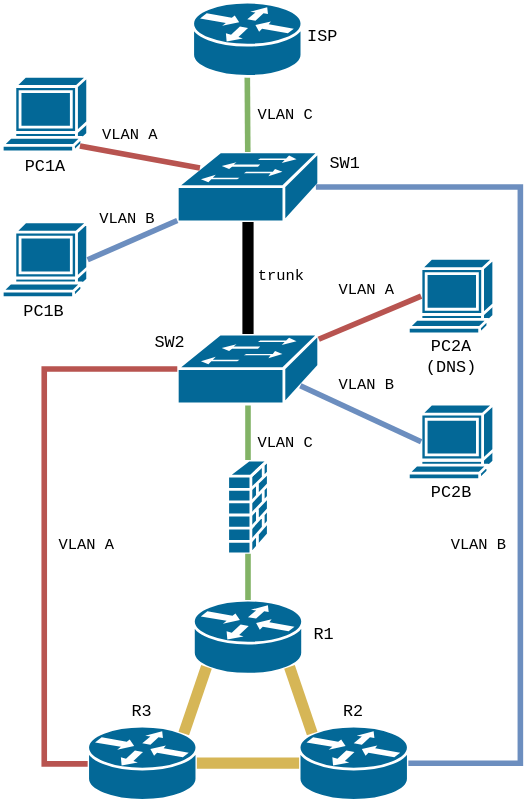
This is pos_project.drawio.svg from phatt-23/POS-project, a draw.io export, as it was before one commit. Source tidied: cells renumbered, new cells last; positions are measured from the earlier drawing's top-left corner, leaving out a move shared by most shapes.
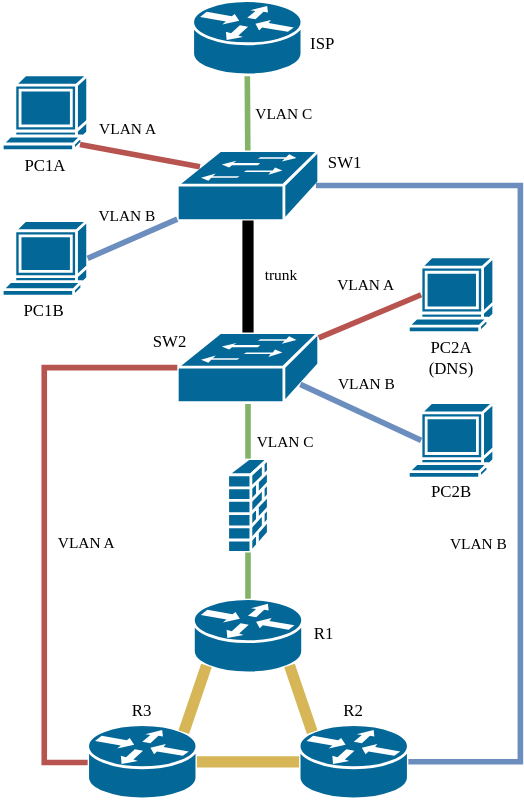
After the change.

What changed in the source:
```diff
@@ -2,92 +2,87 @@
   <root>
     <mxCell id="0" />
     <mxCell id="1" parent="0" />
-    <mxCell id="2" style="shape=mxgraph.cisco.switches.workgroup_switch;sketch=0;html=1;dashed=0;fillColor=#036897;strokeColor=#ffffff;strokeWidth=2;verticalLabelPosition=bottom;verticalAlign=top;align=center;outlineConnect=0;" parent="1" vertex="1">
+    <mxCell id="2" style="shape=mxgraph.cisco.switches.workgroup_switch;sketch=0;html=1;dashed=0;fillColor=#036897;strokeColor=#ffffff;strokeWidth=2;verticalLabelPosition=bottom;verticalAlign=top;align=center;outlineConnect=0;fontFamily=Iosevka NF;" parent="1" vertex="1">
       <mxGeometry x="125" y="107" width="101" height="50" as="geometry" />
     </mxCell>
-    <mxCell id="3" style="shape=mxgraph.cisco.routers.router;sketch=0;html=1;dashed=0;fillColor=#036897;strokeColor=#ffffff;strokeWidth=2;verticalLabelPosition=bottom;verticalAlign=top;align=center;outlineConnect=0;" parent="1" vertex="1">
+    <mxCell id="3" style="shape=mxgraph.cisco.routers.router;sketch=0;html=1;dashed=0;fillColor=#036897;strokeColor=#ffffff;strokeWidth=2;verticalLabelPosition=bottom;verticalAlign=top;align=center;outlineConnect=0;fontFamily=Iosevka NF;" parent="1" vertex="1">
       <mxGeometry x="136.5" y="427" width="78" height="53" as="geometry" />
     </mxCell>
-    <mxCell id="4" style="shape=mxgraph.cisco.security.firewall;sketch=0;html=1;dashed=0;fillColor=#036897;strokeColor=#ffffff;strokeWidth=2;verticalLabelPosition=bottom;verticalAlign=top;align=center;outlineConnect=0;" parent="1" vertex="1">
+    <mxCell id="4" style="shape=mxgraph.cisco.security.firewall;sketch=0;html=1;dashed=0;fillColor=#036897;strokeColor=#ffffff;strokeWidth=2;verticalLabelPosition=bottom;verticalAlign=top;align=center;outlineConnect=0;fontFamily=Iosevka NF;" parent="1" vertex="1">
       <mxGeometry x="161" y="327" width="29" height="67" as="geometry" />
     </mxCell>
-    <mxCell id="5" style="shape=mxgraph.cisco.computers_and_peripherals.terminal;sketch=0;html=1;dashed=0;fillColor=#036897;strokeColor=#ffffff;strokeWidth=2;verticalLabelPosition=bottom;verticalAlign=top;align=center;outlineConnect=0;" parent="1" vertex="1">
+    <mxCell id="5" style="shape=mxgraph.cisco.computers_and_peripherals.terminal;sketch=0;html=1;dashed=0;fillColor=#036897;strokeColor=#ffffff;strokeWidth=2;verticalLabelPosition=bottom;verticalAlign=top;align=center;outlineConnect=0;fontFamily=Iosevka NF;" parent="1" vertex="1">
       <mxGeometry y="157" width="61" height="54" as="geometry" />
     </mxCell>
-    <mxCell id="6" style="edgeStyle=orthogonalEdgeStyle;rounded=0;jettySize=auto;html=1;endArrow=none;endFill=0;fillColor=#d5e8d4;strokeColor=#82b366;strokeWidth=4;" parent="1" edge="1" source="8" target="4">
+    <mxCell id="6" style="edgeStyle=orthogonalEdgeStyle;rounded=0;jettySize=auto;html=1;endArrow=none;endFill=0;fillColor=#d5e8d4;strokeColor=#82b366;strokeWidth=4;fontFamily=Iosevka NF;" parent="1" edge="1" source="8" target="4">
       <mxGeometry relative="1" as="geometry" />
     </mxCell>
-    <mxCell id="7" value="&lt;pre&gt;VLAN C&lt;/pre&gt;" style="edgeLabel;html=1;align=center;verticalAlign=middle;labelBackgroundColor=none;" parent="6" vertex="1">
+    <mxCell id="7" value="&lt;div&gt;VLAN C&lt;/div&gt;" style="edgeLabel;html=1;align=center;verticalAlign=middle;labelBackgroundColor=none;fontFamily=Iosevka NF;" parent="6" vertex="1">
       <mxGeometry x="0.25" relative="1" as="geometry">
         <mxPoint x="26" y="3" as="offset" />
       </mxGeometry>
     </mxCell>
-    <mxCell id="8" style="shape=mxgraph.cisco.switches.workgroup_switch;sketch=0;html=1;dashed=0;fillColor=#036897;strokeColor=#ffffff;strokeWidth=2;verticalLabelPosition=bottom;verticalAlign=top;align=center;outlineConnect=0;" parent="1" vertex="1">
+    <mxCell id="8" style="shape=mxgraph.cisco.switches.workgroup_switch;sketch=0;html=1;dashed=0;fillColor=#036897;strokeColor=#ffffff;strokeWidth=2;verticalLabelPosition=bottom;verticalAlign=top;align=center;outlineConnect=0;fontFamily=Iosevka NF;" parent="1" vertex="1">
       <mxGeometry x="125" y="237" width="101" height="50" as="geometry" />
     </mxCell>
-    <mxCell id="9" style="shape=mxgraph.cisco.routers.router;sketch=0;html=1;dashed=0;fillColor=#036897;strokeColor=#ffffff;strokeWidth=2;verticalLabelPosition=bottom;verticalAlign=top;align=center;outlineConnect=0;" parent="1" vertex="1">
+    <mxCell id="9" style="shape=mxgraph.cisco.routers.router;sketch=0;html=1;dashed=0;fillColor=#036897;strokeColor=#ffffff;strokeWidth=2;verticalLabelPosition=bottom;verticalAlign=top;align=center;outlineConnect=0;fontFamily=Iosevka NF;" parent="1" vertex="1">
       <mxGeometry x="212" y="517" width="78" height="53" as="geometry" />
     </mxCell>
-    <mxCell id="10" style="shape=mxgraph.cisco.routers.router;sketch=0;html=1;dashed=0;fillColor=#036897;strokeColor=#ffffff;strokeWidth=2;verticalLabelPosition=bottom;verticalAlign=top;align=center;outlineConnect=0;" parent="1" vertex="1">
+    <mxCell id="10" style="shape=mxgraph.cisco.routers.router;sketch=0;html=1;dashed=0;fillColor=#036897;strokeColor=#ffffff;strokeWidth=2;verticalLabelPosition=bottom;verticalAlign=top;align=center;outlineConnect=0;fontFamily=Iosevka NF;" parent="1" vertex="1">
       <mxGeometry x="61" y="517" width="78" height="53" as="geometry" />
     </mxCell>
-    <mxCell id="11" style="shape=mxgraph.cisco.computers_and_peripherals.terminal;sketch=0;html=1;dashed=0;fillColor=#036897;strokeColor=#ffffff;strokeWidth=2;verticalLabelPosition=bottom;verticalAlign=top;align=center;outlineConnect=0;" parent="1" vertex="1">
+    <mxCell id="11" style="shape=mxgraph.cisco.computers_and_peripherals.terminal;sketch=0;html=1;dashed=0;fillColor=#036897;strokeColor=#ffffff;strokeWidth=2;verticalLabelPosition=bottom;verticalAlign=top;align=center;outlineConnect=0;fontFamily=Iosevka NF;" parent="1" vertex="1">
       <mxGeometry x="290" y="183" width="61" height="54" as="geometry" />
     </mxCell>
-    <mxCell id="12" value="&lt;div&gt;&lt;br&gt;&lt;/div&gt;&lt;div&gt;&lt;br&gt;&lt;/div&gt;" style="shape=mxgraph.cisco.computers_and_peripherals.terminal;sketch=0;html=1;dashed=0;fillColor=#036897;strokeColor=#ffffff;strokeWidth=2;verticalLabelPosition=bottom;verticalAlign=top;align=center;outlineConnect=0;" parent="1" vertex="1">
+    <mxCell id="12" value="&lt;div&gt;&lt;br&gt;&lt;/div&gt;&lt;div&gt;&lt;br&gt;&lt;/div&gt;" style="shape=mxgraph.cisco.computers_and_peripherals.terminal;sketch=0;html=1;dashed=0;fillColor=#036897;strokeColor=#ffffff;strokeWidth=2;verticalLabelPosition=bottom;verticalAlign=top;align=center;outlineConnect=0;fontFamily=Iosevka NF;" parent="1" vertex="1">
       <mxGeometry x="290" y="287" width="61" height="54" as="geometry" />
     </mxCell>
-    <mxCell id="13" style="shape=mxgraph.cisco.computers_and_peripherals.terminal;sketch=0;html=1;dashed=0;fillColor=#036897;strokeColor=#ffffff;strokeWidth=2;verticalLabelPosition=bottom;verticalAlign=top;align=center;outlineConnect=0;" parent="1" vertex="1">
+    <mxCell id="13" style="shape=mxgraph.cisco.computers_and_peripherals.terminal;sketch=0;html=1;dashed=0;fillColor=#036897;strokeColor=#ffffff;strokeWidth=2;verticalLabelPosition=bottom;verticalAlign=top;align=center;outlineConnect=0;fontFamily=Iosevka NF;" parent="1" vertex="1">
       <mxGeometry y="53" width="61" height="54" as="geometry" />
     </mxCell>
-    <mxCell id="14" style="endArrow=none;html=1;rounded=0;fillColor=#d5e8d4;strokeColor=#82B366;strokeWidth=4;entryX=0.5;entryY=1;entryDx=0;entryDy=0;entryPerimeter=0;" parent="1" edge="1" source="2" target="32">
+    <mxCell id="14" style="endArrow=none;html=1;rounded=0;fillColor=#d5e8d4;strokeColor=#82B366;strokeWidth=4;entryX=0.5;entryY=1;entryDx=0;entryDy=0;entryPerimeter=0;fontFamily=Iosevka NF;" parent="1" edge="1" source="2" target="32">
       <mxGeometry relative="1" as="geometry" />
     </mxCell>
-    <mxCell id="15" value="&lt;pre&gt;VLAN C&lt;/pre&gt;" style="edgeLabel;html=1;align=center;verticalAlign=middle;labelBackgroundColor=none;" parent="14" vertex="1">
+    <mxCell id="15" value="&lt;div&gt;VLAN C&lt;/div&gt;" style="edgeLabel;html=1;align=center;verticalAlign=middle;labelBackgroundColor=none;fontFamily=Iosevka NF;" parent="14" vertex="1">
       <mxGeometry x="-0.06" y="1" relative="1" as="geometry">
         <mxPoint x="27" y="-1" as="offset" />
       </mxGeometry>
     </mxCell>
-    <mxCell id="16" style="endArrow=none;html=1;rounded=0;fillColor=#dae8fc;strokeColor=#6c8ebf;strokeWidth=4;entryX=0;entryY=0.98;entryDx=0;entryDy=0;entryPerimeter=0;exitX=1;exitY=0.5;exitDx=0;exitDy=0;exitPerimeter=0;" parent="1" edge="1" source="5" target="2">
+    <mxCell id="16" style="endArrow=none;html=1;rounded=0;fillColor=#dae8fc;strokeColor=#6c8ebf;strokeWidth=4;entryX=0;entryY=0.98;entryDx=0;entryDy=0;entryPerimeter=0;exitX=1;exitY=0.5;exitDx=0;exitDy=0;exitPerimeter=0;fontFamily=Iosevka NF;" parent="1" edge="1" source="5" target="2">
       <mxGeometry relative="1" as="geometry" />
     </mxCell>
-    <mxCell id="17" value="&lt;pre&gt;VLAN B&lt;/pre&gt;" style="edgeLabel;html=1;align=center;verticalAlign=middle;labelBackgroundColor=none;" parent="16" vertex="1">
+    <mxCell id="17" value="&lt;div&gt;VLAN B&lt;/div&gt;" style="edgeLabel;html=1;align=center;verticalAlign=middle;labelBackgroundColor=none;fontFamily=Iosevka NF;" parent="16" vertex="1">
       <mxGeometry x="-0.09" y="-2" relative="1" as="geometry">
         <mxPoint x="-2" y="-19" as="offset" />
       </mxGeometry>
     </mxCell>
-    <mxCell id="18" style="endArrow=none;html=1;rounded=0;strokeWidth=4;fillColor=#f8cecc;strokeColor=#b85450;exitX=0.16;exitY=0.23;exitDx=0;exitDy=0;exitPerimeter=0;entryX=0.91;entryY=0.92;entryDx=0;entryDy=0;entryPerimeter=0;" parent="1" edge="1" source="2" target="13">
+    <mxCell id="18" style="endArrow=none;html=1;rounded=0;strokeWidth=4;fillColor=#f8cecc;strokeColor=#b85450;exitX=0.16;exitY=0.23;exitDx=0;exitDy=0;exitPerimeter=0;entryX=0.91;entryY=0.92;entryDx=0;entryDy=0;entryPerimeter=0;fontFamily=Iosevka NF;" parent="1" edge="1" source="2" target="13">
       <mxGeometry relative="1" as="geometry" />
     </mxCell>
-    <mxCell id="19" value="&lt;pre style=&quot;line-height: 0%;&quot;&gt;VLAN A&lt;/pre&gt;" style="edgeLabel;html=1;align=center;verticalAlign=middle;labelBackgroundColor=none;" parent="18" vertex="1">
-      <mxGeometry x="0.02" y="-3" relative="1" as="geometry">
-        <mxPoint x="-8" y="-14" as="offset" />
-      </mxGeometry>
-    </mxCell>
-    <mxCell id="20" style="endArrow=none;html=1;rounded=0;strokeWidth=8;" parent="1" edge="1" source="2" target="8">
+    <mxCell id="20" style="endArrow=none;html=1;rounded=0;strokeWidth=8;fontFamily=Iosevka NF;" parent="1" edge="1" source="2" target="8">
       <mxGeometry relative="1" as="geometry" />
     </mxCell>
-    <mxCell id="21" value="&lt;pre&gt;trunk&lt;/pre&gt;" style="edgeLabel;html=1;align=center;verticalAlign=middle;labelBackgroundColor=none;" parent="20" vertex="1">
+    <mxCell id="21" value="&lt;div&gt;trunk&lt;/div&gt;" style="edgeLabel;html=1;align=center;verticalAlign=middle;labelBackgroundColor=none;fontFamily=Iosevka NF;" parent="20" vertex="1">
       <mxGeometry x="-0.21" y="2" relative="1" as="geometry">
         <mxPoint x="21" y="7" as="offset" />
       </mxGeometry>
     </mxCell>
-    <mxCell id="22" style="endArrow=none;html=1;rounded=0;fillColor=#f8cecc;strokeColor=#b85450;strokeWidth=4;entryX=0.15;entryY=0.5;entryDx=0;entryDy=0;entryPerimeter=0;" parent="1" edge="1" source="8" target="11">
+    <mxCell id="22" style="endArrow=none;html=1;rounded=0;fillColor=#f8cecc;strokeColor=#b85450;strokeWidth=4;entryX=0.15;entryY=0.5;entryDx=0;entryDy=0;entryPerimeter=0;fontFamily=Iosevka NF;" parent="1" edge="1" source="8" target="11">
       <mxGeometry relative="1" as="geometry" />
     </mxCell>
-    <mxCell id="23" style="endArrow=none;html=1;rounded=0;fillColor=#dae8fc;strokeColor=#6c8ebf;strokeWidth=4;exitX=0.87;exitY=0.74;exitDx=0;exitDy=0;exitPerimeter=0;entryX=0.15;entryY=0.5;entryDx=0;entryDy=0;entryPerimeter=0;" parent="1" edge="1" source="8" target="12">
+    <mxCell id="23" style="endArrow=none;html=1;rounded=0;fillColor=#dae8fc;strokeColor=#6c8ebf;strokeWidth=4;exitX=0.87;exitY=0.74;exitDx=0;exitDy=0;exitPerimeter=0;entryX=0.15;entryY=0.5;entryDx=0;entryDy=0;entryPerimeter=0;fontFamily=Iosevka NF;" parent="1" edge="1" source="8" target="12">
       <mxGeometry relative="1" as="geometry" />
     </mxCell>
-    <mxCell id="24" style="endArrow=none;html=1;rounded=0;fillColor=#fff2cc;strokeColor=#d6b656;strokeWidth=8;exitX=0.88;exitY=0.1;exitDx=0;exitDy=0;exitPerimeter=0;entryX=0.12;entryY=0.9;entryDx=0;entryDy=0;entryPerimeter=0;" parent="1" edge="1" source="10" target="3">
+    <mxCell id="24" style="endArrow=none;html=1;rounded=0;fillColor=#fff2cc;strokeColor=#d6b656;strokeWidth=8;exitX=0.88;exitY=0.1;exitDx=0;exitDy=0;exitPerimeter=0;entryX=0.12;entryY=0.9;entryDx=0;entryDy=0;entryPerimeter=0;fontFamily=Iosevka NF;" parent="1" edge="1" source="10" target="3">
       <mxGeometry relative="1" as="geometry" />
     </mxCell>
-    <mxCell id="25" style="endArrow=none;html=1;rounded=0;fillColor=#fff2cc;strokeColor=#d6b656;strokeWidth=8;entryX=0.88;entryY=0.9;entryDx=0;entryDy=0;entryPerimeter=0;exitX=0.12;exitY=0.1;exitDx=0;exitDy=0;exitPerimeter=0;" parent="1" edge="1" source="9" target="3">
+    <mxCell id="25" style="endArrow=none;html=1;rounded=0;fillColor=#fff2cc;strokeColor=#d6b656;strokeWidth=8;entryX=0.88;entryY=0.9;entryDx=0;entryDy=0;entryPerimeter=0;exitX=0.12;exitY=0.1;exitDx=0;exitDy=0;exitPerimeter=0;fontFamily=Iosevka NF;" parent="1" edge="1" source="9" target="3">
       <mxGeometry relative="1" as="geometry" />
     </mxCell>
-    <mxCell id="26" style="endArrow=none;html=1;rounded=0;fillColor=#fff2cc;strokeColor=#d6b656;strokeWidth=8;" parent="1" edge="1" source="10" target="9">
+    <mxCell id="26" style="endArrow=none;html=1;rounded=0;fillColor=#fff2cc;strokeColor=#d6b656;strokeWidth=8;fontFamily=Iosevka NF;" parent="1" edge="1" source="10" target="9">
       <mxGeometry relative="1" as="geometry" />
     </mxCell>
-    <mxCell id="27" style="rounded=0;jettySize=auto;html=1;entryX=1;entryY=0.5;entryDx=0;entryDy=0;entryPerimeter=0;endArrow=none;endFill=0;edgeStyle=orthogonalEdgeStyle;fillColor=#dae8fc;strokeColor=#6c8ebf;strokeWidth=4;exitX=0.98;exitY=0.5;exitDx=0;exitDy=0;exitPerimeter=0;" parent="1" edge="1" source="2" target="9">
+    <mxCell id="27" style="rounded=0;jettySize=auto;html=1;entryX=1;entryY=0.5;entryDx=0;entryDy=0;entryPerimeter=0;endArrow=none;endFill=0;edgeStyle=orthogonalEdgeStyle;fillColor=#dae8fc;strokeColor=#6c8ebf;strokeWidth=4;exitX=0.98;exitY=0.5;exitDx=0;exitDy=0;exitPerimeter=0;fontFamily=Iosevka NF;" parent="1" edge="1" source="2" target="9">
       <mxGeometry relative="1" as="geometry">
         <Array as="points">
           <mxPoint x="370" y="132" />
@@ -95,12 +90,12 @@
         </Array>
       </mxGeometry>
     </mxCell>
-    <mxCell id="28" value="&lt;pre&gt;VLAN B&lt;/pre&gt;" style="edgeLabel;html=1;align=center;verticalAlign=middle;labelBackgroundColor=none;" parent="27" vertex="1">
+    <mxCell id="28" value="&lt;div&gt;VLAN B&lt;/div&gt;" style="edgeLabel;html=1;align=center;verticalAlign=middle;labelBackgroundColor=none;fontFamily=Iosevka NF;" parent="27" vertex="1">
       <mxGeometry x="0.24" y="-1" relative="1" as="geometry">
         <mxPoint x="-29" y="6" as="offset" />
       </mxGeometry>
     </mxCell>
-    <mxCell id="29" style="edgeStyle=orthogonalEdgeStyle;rounded=0;jettySize=auto;html=1;entryX=0;entryY=0.5;entryDx=0;entryDy=0;entryPerimeter=0;fillColor=#f8cecc;strokeColor=#b85450;endArrow=none;endFill=0;strokeWidth=4;" parent="1" edge="1" source="8" target="10">
+    <mxCell id="29" style="edgeStyle=orthogonalEdgeStyle;rounded=0;jettySize=auto;html=1;entryX=0;entryY=0.5;entryDx=0;entryDy=0;entryPerimeter=0;fillColor=#f8cecc;strokeColor=#b85450;endArrow=none;endFill=0;strokeWidth=4;fontFamily=Iosevka NF;" parent="1" edge="1" source="8" target="10">
       <mxGeometry relative="1" as="geometry">
         <Array as="points">
           <mxPoint x="30" y="262" />
@@ -109,52 +104,55 @@
         </Array>
       </mxGeometry>
     </mxCell>
-    <mxCell id="30" value="&lt;pre&gt;VLAN A&lt;/pre&gt;" style="edgeLabel;html=1;align=center;verticalAlign=middle;labelBackgroundColor=none;" parent="29" vertex="1">
+    <mxCell id="30" value="&lt;div&gt;VLAN A&lt;/div&gt;" style="edgeLabel;html=1;align=center;verticalAlign=middle;labelBackgroundColor=none;fontFamily=Iosevka NF;" parent="29" vertex="1">
       <mxGeometry x="0.07" y="2" relative="1" as="geometry">
         <mxPoint x="28" y="1" as="offset" />
       </mxGeometry>
     </mxCell>
-    <mxCell id="31" style="edgeStyle=orthogonalEdgeStyle;rounded=0;jettySize=auto;html=1;entryX=0.5;entryY=0;entryDx=0;entryDy=0;entryPerimeter=0;endArrow=none;endFill=0;fillColor=#d5e8d4;strokeColor=#82b366;strokeWidth=4;" parent="1" edge="1" source="4" target="3">
+    <mxCell id="31" style="edgeStyle=orthogonalEdgeStyle;rounded=0;jettySize=auto;html=1;entryX=0.5;entryY=0;entryDx=0;entryDy=0;entryPerimeter=0;endArrow=none;endFill=0;fillColor=#d5e8d4;strokeColor=#82b366;strokeWidth=4;fontFamily=Iosevka NF;" parent="1" edge="1" source="4" target="3">
       <mxGeometry relative="1" as="geometry" />
     </mxCell>
-    <mxCell id="32" style="shape=mxgraph.cisco.routers.router;sketch=0;html=1;dashed=0;fillColor=#036897;strokeColor=#ffffff;strokeWidth=2;verticalLabelPosition=bottom;verticalAlign=top;align=center;outlineConnect=0;" parent="1" vertex="1">
+    <mxCell id="32" style="shape=mxgraph.cisco.routers.router;sketch=0;html=1;dashed=0;fillColor=#036897;strokeColor=#ffffff;strokeWidth=2;verticalLabelPosition=bottom;verticalAlign=top;align=center;outlineConnect=0;fontFamily=Iosevka NF;" parent="1" vertex="1">
       <mxGeometry x="136" width="78" height="53" as="geometry" />
     </mxCell>
-    <mxCell id="33" value="&lt;pre&gt;PC1A&lt;/pre&gt;" style="text;html=1;align=center;verticalAlign=middle;whiteSpace=wrap;rounded=0;" parent="1" vertex="1">
+    <mxCell id="33" value="&lt;div&gt;PC1A&lt;/div&gt;" style="text;html=1;align=center;verticalAlign=middle;whiteSpace=wrap;rounded=0;fontFamily=Iosevka NF;" parent="1" vertex="1">
       <mxGeometry x="1" y="103" width="60" height="30" as="geometry" />
     </mxCell>
-    <mxCell id="34" value="&lt;pre&gt;PC1B&lt;/pre&gt;" style="text;html=1;align=center;verticalAlign=middle;whiteSpace=wrap;rounded=0;" parent="1" vertex="1">
+    <mxCell id="34" value="&lt;div&gt;PC1B&lt;/div&gt;" style="text;html=1;align=center;verticalAlign=middle;whiteSpace=wrap;rounded=0;fontFamily=Iosevka NF;" parent="1" vertex="1">
       <mxGeometry y="207" width="60" height="30" as="geometry" />
     </mxCell>
-    <mxCell id="35" value="&lt;p style=&quot;line-height: 120%;&quot;&gt;&lt;/p&gt;&lt;pre&gt;ISP&lt;/pre&gt;" style="text;html=1;align=center;verticalAlign=middle;whiteSpace=wrap;rounded=0;" parent="1" vertex="1">
+    <mxCell id="35" value="&lt;p style=&quot;line-height: 120%;&quot;&gt;&lt;/p&gt;&lt;div&gt;ISP&lt;/div&gt;" style="text;html=1;align=center;verticalAlign=middle;whiteSpace=wrap;rounded=0;fontFamily=Iosevka NF;" parent="1" vertex="1">
       <mxGeometry x="199" y="10" width="60" height="30" as="geometry" />
     </mxCell>
-    <mxCell id="36" value="&lt;pre&gt;SW1&lt;/pre&gt;" style="text;html=1;align=center;verticalAlign=middle;whiteSpace=wrap;rounded=0;" parent="1" vertex="1">
+    <mxCell id="36" value="&lt;div&gt;SW1&lt;/div&gt;" style="text;html=1;align=center;verticalAlign=middle;whiteSpace=wrap;rounded=0;fontFamily=Iosevka NF;" parent="1" vertex="1">
       <mxGeometry x="214.5" y="101" width="60" height="30" as="geometry" />
     </mxCell>
-    <mxCell id="37" value="&lt;pre&gt;SW2&lt;/pre&gt;" style="text;html=1;align=center;verticalAlign=middle;whiteSpace=wrap;rounded=0;" parent="1" vertex="1">
+    <mxCell id="37" value="&lt;div&gt;SW2&lt;/div&gt;" style="text;html=1;align=center;verticalAlign=middle;whiteSpace=wrap;rounded=0;fontFamily=Iosevka NF;" parent="1" vertex="1">
       <mxGeometry x="90" y="229" width="60" height="30" as="geometry" />
     </mxCell>
-    <mxCell id="38" value="&lt;pre&gt;PC2A&lt;br&gt;(DNS)&lt;br&gt;&lt;/pre&gt;" style="text;html=1;align=center;verticalAlign=middle;whiteSpace=wrap;rounded=0;" parent="1" vertex="1">
-      <mxGeometry x="291" y="239" width="60" height="30" as="geometry" />
+    <mxCell id="38" value="&lt;div&gt;PC2A&lt;br&gt;(DNS)&lt;br&gt;&lt;/div&gt;" style="text;html=1;align=center;verticalAlign=middle;whiteSpace=wrap;rounded=0;fontFamily=Iosevka NF;" parent="1" vertex="1">
+      <mxGeometry x="291" y="236" width="60" height="38" as="geometry" />
     </mxCell>
-    <mxCell id="39" value="&lt;pre&gt;PC2B&lt;/pre&gt;" style="text;html=1;align=center;verticalAlign=middle;whiteSpace=wrap;rounded=0;" parent="1" vertex="1">
+    <mxCell id="39" value="&lt;div&gt;PC2B&lt;/div&gt;" style="text;html=1;align=center;verticalAlign=middle;whiteSpace=wrap;rounded=0;fontFamily=Iosevka NF;" parent="1" vertex="1">
       <mxGeometry x="291" y="336" width="60" height="30" as="geometry" />
     </mxCell>
-    <mxCell id="40" value="&lt;pre style=&quot;line-height: 0%;&quot;&gt;VLAN A&lt;/pre&gt;" style="edgeLabel;html=1;align=center;verticalAlign=middle;labelBackgroundColor=none;" parent="1" vertex="1">
-      <mxGeometry x="260" y="205" as="geometry" />
-    </mxCell>
-    <mxCell id="41" value="&lt;pre&gt;VLAN B&lt;/pre&gt;" style="edgeLabel;html=1;align=center;verticalAlign=middle;labelBackgroundColor=none;" parent="1" vertex="1">
+    <mxCell id="41" value="&lt;div&gt;VLAN B&lt;/div&gt;" style="edgeLabel;html=1;align=center;verticalAlign=middle;labelBackgroundColor=none;fontFamily=Iosevka NF;" parent="1" vertex="1">
       <mxGeometry x="260" y="274" as="geometry" />
     </mxCell>
-    <mxCell id="42" value="&lt;pre&gt;R1&lt;/pre&gt;" style="text;html=1;align=center;verticalAlign=middle;whiteSpace=wrap;rounded=0;" parent="1" vertex="1">
+    <mxCell id="42" value="&lt;div&gt;R1&lt;/div&gt;" style="text;html=1;align=center;verticalAlign=middle;whiteSpace=wrap;rounded=0;fontFamily=Iosevka NF;" parent="1" vertex="1">
       <mxGeometry x="200" y="437" width="60" height="30" as="geometry" />
     </mxCell>
-    <mxCell id="43" value="&lt;pre&gt;R3&lt;br&gt;&lt;/pre&gt;" style="text;html=1;align=center;verticalAlign=middle;whiteSpace=wrap;rounded=0;" parent="1" vertex="1">
+    <mxCell id="43" value="&lt;div&gt;R3&lt;br&gt;&lt;/div&gt;" style="text;html=1;align=center;verticalAlign=middle;whiteSpace=wrap;rounded=0;fontFamily=Iosevka NF;" parent="1" vertex="1">
       <mxGeometry x="70" y="492" width="60" height="30" as="geometry" />
     </mxCell>
-    <mxCell id="44" value="&lt;pre&gt;R2&lt;br&gt;&lt;/pre&gt;" style="text;html=1;align=center;verticalAlign=middle;whiteSpace=wrap;rounded=0;" parent="1" vertex="1">
+    <mxCell id="44" value="&lt;div&gt;R2&lt;br&gt;&lt;/div&gt;" style="text;html=1;align=center;verticalAlign=middle;whiteSpace=wrap;rounded=0;fontFamily=Iosevka NF;" parent="1" vertex="1">
       <mxGeometry x="221" y="492" width="60" height="30" as="geometry" />
     </mxCell>
+    <mxCell id="45" value="&lt;pre style=&quot;font-size: 11px;&quot;&gt;&lt;font style=&quot;font-size: 11px;&quot; face=&quot;Iosevka Nerd Font&quot;&gt;VLAN A&lt;/font&gt;&lt;/pre&gt;" style="text;html=1;align=center;verticalAlign=middle;whiteSpace=wrap;rounded=0;" parent="1" vertex="1">
+      <mxGeometry x="60" y="78" width="60" height="30" as="geometry" />
+    </mxCell>
+    <mxCell id="46" value="&lt;pre style=&quot;font-size: 11px;&quot;&gt;&lt;font style=&quot;font-size: 11px;&quot; face=&quot;Iosevka Nerd Font&quot;&gt;VLAN A&lt;/font&gt;&lt;/pre&gt;" style="text;html=1;align=center;verticalAlign=middle;whiteSpace=wrap;rounded=0;" parent="1" vertex="1">
+      <mxGeometry x="230" y="189" width="60" height="30" as="geometry" />
+    </mxCell>
   </root>
 </mxGraphModel>
```
